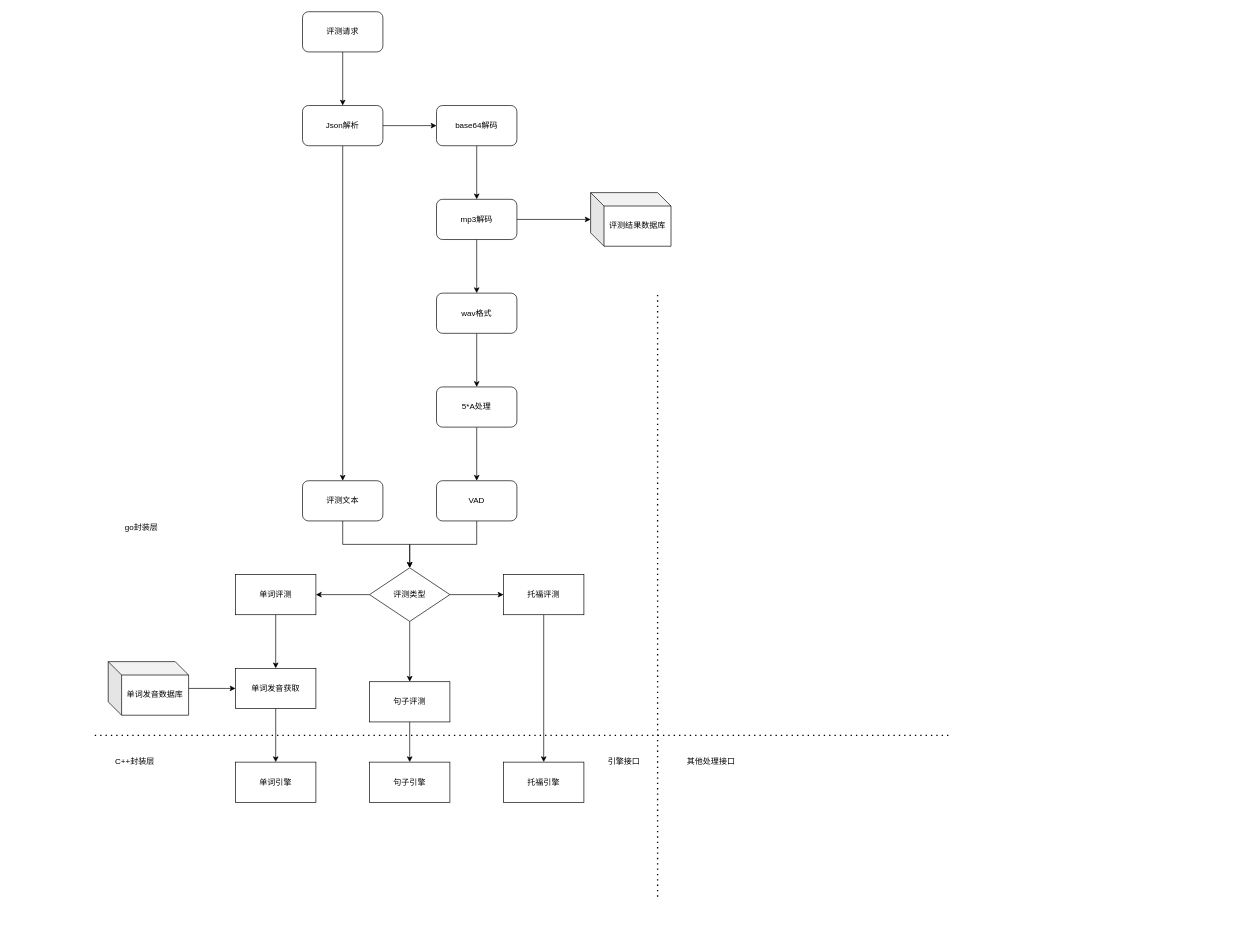
Earlier version of the draw.io diagram capt-services.drawio (alongwithyou/g2p). Source tidied: cells renumbered, new cells numbered last; positions are measured from the earlier drawing's top-left corner, leaving out a move shared by most shapes. Both pictures are drawn from the tidied source at 67%, with x=0, y=0 at pixel (94, 11).
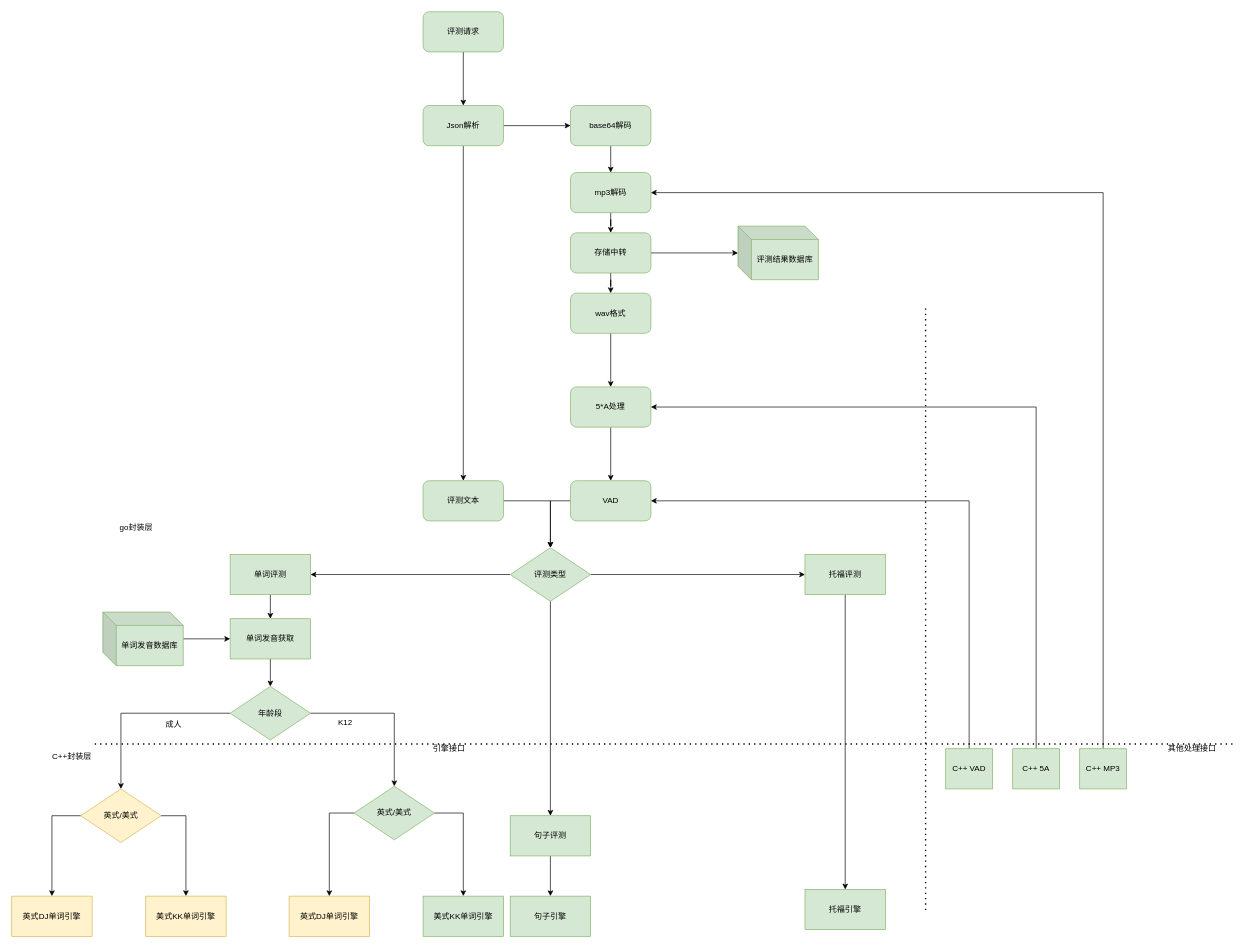
Above is the later version.

Change to the diagram source:
```diff
@@
-    <mxCell id="3" value="评测请求" style="rounded=1;whiteSpace=wrap;html=1;" parent="1" vertex="1">
-      <mxGeometry x="310" width="120" height="60" as="geometry" />
+    <mxCell id="3" value="评测请求" style="rounded=1;whiteSpace=wrap;html=1;fillColor=#d5e8d4;strokeColor=#82b366;" parent="1" vertex="1">
+      <mxGeometry x="490" width="120" height="60" as="geometry" />
     </mxCell>
@@
-    <mxCell id="6" value="Json解析" style="whiteSpace=wrap;html=1;rounded=1;" parent="1" vertex="1">
-      <mxGeometry x="310" y="140" width="120" height="60" as="geometry" />
+    <mxCell id="6" value="Json解析" style="whiteSpace=wrap;html=1;rounded=1;fillColor=#d5e8d4;strokeColor=#82b366;" parent="1" vertex="1">
+      <mxGeometry x="490" y="140" width="120" height="60" as="geometry" />
     </mxCell>
@@
-    <mxCell id="8" value="base64解码" style="rounded=1;whiteSpace=wrap;html=1;" parent="1" vertex="1">
-      <mxGeometry x="510" y="140" width="120" height="60" as="geometry" />
+    <mxCell id="8" value="base64解码" style="rounded=1;whiteSpace=wrap;html=1;fillColor=#d5e8d4;strokeColor=#82b366;" parent="1" vertex="1">
+      <mxGeometry x="710" y="140" width="120" height="60" as="geometry" />
     </mxCell>
-    <mxCell id="9" style="edgeStyle=orthogonalEdgeStyle;rounded=0;jettySize=auto;html=1;" parent="1" edge="1" source="11" target="12">
-      <mxGeometry relative="1" as="geometry" />
-    </mxCell>
-    <mxCell id="10" style="edgeStyle=orthogonalEdgeStyle;rounded=0;jettySize=auto;html=1;" parent="1" edge="1" source="11" target="15">
-      <mxGeometry relative="1" as="geometry" />
-    </mxCell>
+    <mxCell id="44" style="edgeStyle=orthogonalEdgeStyle;rounded=0;jettySize=auto;html=1;entryX=0.5;entryY=0;entryDx=0;entryDy=0;" parent="1" edge="1" source="11" target="53">
+      <mxGeometry relative="1" as="geometry" />
+    </mxCell>
-    <mxCell id="11" value="mp3解码" style="whiteSpace=wrap;html=1;rounded=1;" parent="1" vertex="1">
-      <mxGeometry x="510" y="280" width="120" height="60" as="geometry" />
+    <mxCell id="11" value="mp3解码" style="whiteSpace=wrap;html=1;rounded=1;fillColor=#d5e8d4;strokeColor=#82b366;" parent="1" vertex="1">
+      <mxGeometry x="710" y="240" width="120" height="60" as="geometry" />
     </mxCell>
-    <mxCell id="12" value="评测结果数据库" style="shape=cube;whiteSpace=wrap;html=1;boundedLbl=1;backgroundOutline=1;darkOpacity=0.05;darkOpacity2=0.1;" parent="1" vertex="1">
-      <mxGeometry x="740" y="270" width="120" height="80" as="geometry" />
+    <mxCell id="12" value="评测结果数据库" style="shape=cube;whiteSpace=wrap;html=1;boundedLbl=1;backgroundOutline=1;darkOpacity=0.05;darkOpacity2=0.1;fillColor=#d5e8d4;strokeColor=#82b366;" parent="1" vertex="1">
+      <mxGeometry x="960" y="320" width="120" height="80" as="geometry" />
     </mxCell>
     <mxCell id="13" style="endArrow=none;dashed=1;html=1;dashPattern=1 3;strokeWidth=2;" parent="1" edge="1">
       <mxGeometry relative="1" as="geometry">
-        <mxPoint y="1080" as="sourcePoint" />
-        <mxPoint x="1280" y="1080" as="targetPoint" />
+        <mxPoint y="1093" as="sourcePoint" />
+        <mxPoint x="1700" y="1093" as="targetPoint" />
       </mxGeometry>
     </mxCell>
@@
-    <mxCell id="15" value="wav格式" style="whiteSpace=wrap;html=1;rounded=1;" parent="1" vertex="1">
-      <mxGeometry x="510" y="420" width="120" height="60" as="geometry" />
+    <mxCell id="15" value="wav格式" style="whiteSpace=wrap;html=1;rounded=1;fillColor=#d5e8d4;strokeColor=#82b366;" parent="1" vertex="1">
+      <mxGeometry x="710" y="420" width="120" height="60" as="geometry" />
     </mxCell>
@@
-    <mxCell id="17" value="5*A处理" style="whiteSpace=wrap;html=1;rounded=1;" parent="1" vertex="1">
-      <mxGeometry x="510" y="560" width="120" height="60" as="geometry" />
+    <mxCell id="17" value="5*A处理" style="whiteSpace=wrap;html=1;rounded=1;fillColor=#d5e8d4;strokeColor=#82b366;" parent="1" vertex="1">
+      <mxGeometry x="710" y="560" width="120" height="60" as="geometry" />
     </mxCell>
     <mxCell id="18" style="edgeStyle=orthogonalEdgeStyle;rounded=0;jettySize=auto;html=1;entryX=0.5;entryY=0;entryDx=0;entryDy=0;" parent="1" edge="1" source="19" target="25">
-      <mxGeometry relative="1" as="geometry" />
+      <mxGeometry relative="1" as="geometry">
+        <Array as="points">
+          <mxPoint x="680" y="730" />
+        </Array>
+      </mxGeometry>
     </mxCell>
-    <mxCell id="19" value="VAD" style="whiteSpace=wrap;html=1;rounded=1;" parent="1" vertex="1">
-      <mxGeometry x="510" y="700" width="120" height="60" as="geometry" />
+    <mxCell id="19" value="VAD" style="whiteSpace=wrap;html=1;rounded=1;fillColor=#d5e8d4;strokeColor=#82b366;" parent="1" vertex="1">
+      <mxGeometry x="710" y="700" width="120" height="60" as="geometry" />
     </mxCell>
@@
-    <mxCell id="21" value="评测文本" style="whiteSpace=wrap;html=1;rounded=1;" parent="1" vertex="1">
-      <mxGeometry x="310" y="700" width="120" height="60" as="geometry" />
+    <mxCell id="21" value="评测文本" style="whiteSpace=wrap;html=1;rounded=1;fillColor=#d5e8d4;strokeColor=#82b366;" parent="1" vertex="1">
+      <mxGeometry x="490" y="700" width="120" height="60" as="geometry" />
     </mxCell>
@@
-    <mxCell id="23" style="edgeStyle=orthogonalEdgeStyle;rounded=0;jettySize=auto;html=1;" parent="1" edge="1" source="25" target="29">
+    <mxCell id="23" style="edgeStyle=orthogonalEdgeStyle;rounded=0;jettySize=auto;html=1;exitX=0.5;exitY=1;exitDx=0;exitDy=0;" parent="1" edge="1" source="25" target="29">
       <mxGeometry relative="1" as="geometry" />
     </mxCell>
@@
-    <mxCell id="25" value="评测类型" style="rhombus;whiteSpace=wrap;html=1;" parent="1" vertex="1">
-      <mxGeometry x="410" y="830" width="120" height="80" as="geometry" />
+    <mxCell id="25" value="评测类型" style="rhombus;whiteSpace=wrap;html=1;fillColor=#d5e8d4;strokeColor=#82b366;" parent="1" vertex="1">
+      <mxGeometry x="620" y="800" width="120" height="80" as="geometry" />
     </mxCell>
-    <mxCell id="26" style="edgeStyle=orthogonalEdgeStyle;rounded=0;jettySize=auto;html=1;" parent="1" edge="1" source="27" target="33">
-      <mxGeometry relative="1" as="geometry" />
-    </mxCell>
+    <mxCell id="45" style="edgeStyle=orthogonalEdgeStyle;rounded=0;jettySize=auto;html=1;" parent="1" edge="1" source="27">
+      <mxGeometry relative="1" as="geometry">
+        <mxPoint x="262" y="906" as="targetPoint" />
+      </mxGeometry>
+    </mxCell>
-    <mxCell id="27" value="单词评测" style="whiteSpace=wrap;html=1;" parent="1" vertex="1">
-      <mxGeometry x="210" y="840" width="120" height="60" as="geometry" />
+    <mxCell id="27" value="单词评测" style="whiteSpace=wrap;html=1;fillColor=#d5e8d4;strokeColor=#82b366;" parent="1" vertex="1">
+      <mxGeometry x="202" y="810" width="120" height="60" as="geometry" />
     </mxCell>
@@
-    <mxCell id="29" value="句子评测" style="whiteSpace=wrap;html=1;" parent="1" vertex="1">
-      <mxGeometry x="410" y="1000" width="120" height="60" as="geometry" />
+    <mxCell id="29" value="句子评测" style="whiteSpace=wrap;html=1;fillColor=#d5e8d4;strokeColor=#82b366;" parent="1" vertex="1">
+      <mxGeometry x="620" y="1200" width="120" height="60" as="geometry" />
     </mxCell>
@@
-    <mxCell id="31" value="托福评测" style="whiteSpace=wrap;html=1;" parent="1" vertex="1">
-      <mxGeometry x="610" y="840" width="120" height="60" as="geometry" />
+    <mxCell id="31" value="托福评测" style="whiteSpace=wrap;html=1;fillColor=#d5e8d4;strokeColor=#82b366;" parent="1" vertex="1">
+      <mxGeometry x="1060" y="810" width="120" height="60" as="geometry" />
     </mxCell>
-    <mxCell id="32" style="edgeStyle=orthogonalEdgeStyle;rounded=0;jettySize=auto;html=1;" parent="1" edge="1" source="33" target="36">
-      <mxGeometry relative="1" as="geometry" />
-    </mxCell>
+    <mxCell id="46" style="edgeStyle=orthogonalEdgeStyle;rounded=0;jettySize=auto;html=1;" parent="1" edge="1" source="33" target="62">
+      <mxGeometry relative="1" as="geometry" />
+    </mxCell>
-    <mxCell id="33" value="单词发音获取" style="whiteSpace=wrap;html=1;" parent="1" vertex="1">
-      <mxGeometry x="210" y="980" width="120" height="60" as="geometry" />
+    <mxCell id="33" value="单词发音获取" style="whiteSpace=wrap;html=1;fillColor=#d5e8d4;strokeColor=#82b366;" parent="1" vertex="1">
+      <mxGeometry x="202" y="906" width="120" height="60" as="geometry" />
     </mxCell>
     <mxCell id="34" value="go封装层" style="text;html=1;strokeColor=none;fillColor=none;align=center;verticalAlign=middle;whiteSpace=wrap;rounded=0;" parent="1" vertex="1">
-      <mxGeometry x="10" y="760" width="120" height="20" as="geometry" />
+      <mxGeometry x="2" y="760" width="120" height="20" as="geometry" />
     </mxCell>
     <mxCell id="35" value="C++封装层" style="text;html=1;strokeColor=none;fillColor=none;align=center;verticalAlign=middle;whiteSpace=wrap;rounded=0;" parent="1" vertex="1">
-      <mxGeometry y="1110" width="120" height="20" as="geometry" />
+      <mxGeometry x="-94" y="1102" width="120" height="20" as="geometry" />
     </mxCell>
-    <mxCell id="36" value="单词引擎" style="whiteSpace=wrap;html=1;" parent="1" vertex="1">
-      <mxGeometry x="210" y="1120" width="120" height="60" as="geometry" />
+    <mxCell id="36" value="英式DJ单词引擎" style="whiteSpace=wrap;html=1;fillColor=#fff2cc;strokeColor=#d6b656;" parent="1" vertex="1">
+      <mxGeometry x="-124" y="1320" width="120" height="60" as="geometry" />
     </mxCell>
-    <mxCell id="37" value="句子引擎" style="whiteSpace=wrap;html=1;" parent="1" vertex="1">
-      <mxGeometry x="410" y="1120" width="120" height="60" as="geometry" />
+    <mxCell id="37" value="句子引擎" style="whiteSpace=wrap;html=1;fillColor=#d5e8d4;strokeColor=#82b366;" parent="1" vertex="1">
+      <mxGeometry x="620" y="1320" width="120" height="60" as="geometry" />
     </mxCell>
-    <mxCell id="38" value="托福引擎" style="whiteSpace=wrap;html=1;" parent="1" vertex="1">
-      <mxGeometry x="610" y="1120" width="120" height="60" as="geometry" />
+    <mxCell id="38" value="托福引擎" style="whiteSpace=wrap;html=1;fillColor=#d5e8d4;strokeColor=#82b366;" parent="1" vertex="1">
+      <mxGeometry x="1060" y="1310" width="120" height="60" as="geometry" />
     </mxCell>
@@
-    <mxCell id="40" value="单词发音数据库" style="shape=cube;whiteSpace=wrap;html=1;boundedLbl=1;backgroundOutline=1;darkOpacity=0.05;darkOpacity2=0.1;" parent="1" vertex="1">
-      <mxGeometry x="20" y="970" width="120" height="80" as="geometry" />
+    <mxCell id="40" value="单词发音数据库" style="shape=cube;whiteSpace=wrap;html=1;boundedLbl=1;backgroundOutline=1;darkOpacity=0.05;darkOpacity2=0.1;fillColor=#d5e8d4;strokeColor=#82b366;" parent="1" vertex="1">
+      <mxGeometry x="12" y="896" width="120" height="80" as="geometry" />
     </mxCell>
     <mxCell id="41" style="endArrow=none;dashed=1;html=1;dashPattern=1 3;strokeWidth=2;" parent="1" edge="1">
       <mxGeometry relative="1" as="geometry">
-        <mxPoint x="840" y="1320.8" as="sourcePoint" />
-        <mxPoint x="840" y="420" as="targetPoint" />
+        <mxPoint x="1240" y="1340.8" as="sourcePoint" />
+        <mxPoint x="1240" y="440" as="targetPoint" />
       </mxGeometry>
     </mxCell>
     <mxCell id="42" value="引擎接口" style="text;html=1;strokeColor=none;fillColor=none;align=center;verticalAlign=middle;whiteSpace=wrap;rounded=0;" parent="1" vertex="1">
-      <mxGeometry x="730" y="1110" width="120" height="20" as="geometry" />
+      <mxGeometry x="469" y="1090" width="120" height="20" as="geometry" />
     </mxCell>
     <mxCell id="43" value="其他处理接口" style="text;html=1;strokeColor=none;fillColor=none;align=center;verticalAlign=middle;whiteSpace=wrap;rounded=0;" parent="1" vertex="1">
-      <mxGeometry x="860" y="1110" width="120" height="20" as="geometry" />
+      <mxGeometry x="1578" y="1090" width="120" height="20" as="geometry" />
     </mxCell>
+    <mxCell id="47" style="edgeStyle=orthogonalEdgeStyle;rounded=0;jettySize=auto;html=1;entryX=0.5;entryY=0;entryDx=0;entryDy=0;exitX=0;exitY=0.5;exitDx=0;exitDy=0;" parent="1" edge="1" source="49" target="36">
+      <mxGeometry relative="1" as="geometry" />
+    </mxCell>
+    <mxCell id="48" style="edgeStyle=orthogonalEdgeStyle;rounded=0;jettySize=auto;html=1;exitX=1;exitY=0.5;exitDx=0;exitDy=0;" parent="1" edge="1" source="49" target="50">
+      <mxGeometry relative="1" as="geometry" />
+    </mxCell>
+    <mxCell id="49" value="英式/美式" style="rhombus;whiteSpace=wrap;html=1;fillColor=#fff2cc;strokeColor=#d6b656;" parent="1" vertex="1">
+      <mxGeometry x="-21" y="1160" width="120" height="80" as="geometry" />
+    </mxCell>
+    <mxCell id="50" value="美式KK单词引擎" style="whiteSpace=wrap;html=1;fillColor=#fff2cc;strokeColor=#d6b656;" parent="1" vertex="1">
+      <mxGeometry x="76" y="1320" width="120" height="60" as="geometry" />
+    </mxCell>
+    <mxCell id="51" style="edgeStyle=orthogonalEdgeStyle;rounded=0;jettySize=auto;html=1;entryX=0.5;entryY=0;entryDx=0;entryDy=0;" parent="1" edge="1" source="53" target="15">
+      <mxGeometry relative="1" as="geometry" />
+    </mxCell>
+    <mxCell id="52" style="edgeStyle=orthogonalEdgeStyle;rounded=0;jettySize=auto;html=1;" parent="1" edge="1" source="53" target="12">
+      <mxGeometry relative="1" as="geometry" />
+    </mxCell>
+    <mxCell id="53" value="存储中转" style="whiteSpace=wrap;html=1;rounded=1;fillColor=#d5e8d4;strokeColor=#82b366;" parent="1" vertex="1">
+      <mxGeometry x="710" y="330" width="120" height="60" as="geometry" />
+    </mxCell>
+    <mxCell id="54" style="edgeStyle=orthogonalEdgeStyle;rounded=0;jettySize=auto;html=1;entryX=1;entryY=0.5;entryDx=0;entryDy=0;" parent="1" edge="1" source="55" target="11">
+      <mxGeometry relative="1" as="geometry">
+        <Array as="points">
+          <mxPoint x="1505" y="270" />
+        </Array>
+      </mxGeometry>
+    </mxCell>
+    <mxCell id="55" value="C++ MP3" style="whiteSpace=wrap;html=1;fillColor=#d5e8d4;strokeColor=#82b366;" parent="1" vertex="1">
+      <mxGeometry x="1470" y="1100" width="70" height="60" as="geometry" />
+    </mxCell>
+    <mxCell id="56" style="edgeStyle=orthogonalEdgeStyle;rounded=0;jettySize=auto;html=1;entryX=1;entryY=0.5;entryDx=0;entryDy=0;" parent="1" edge="1" source="57" target="19">
+      <mxGeometry relative="1" as="geometry">
+        <Array as="points">
+          <mxPoint x="1305" y="730" />
+        </Array>
+      </mxGeometry>
+    </mxCell>
+    <mxCell id="57" value="C++ VAD" style="whiteSpace=wrap;html=1;fillColor=#d5e8d4;strokeColor=#82b366;" parent="1" vertex="1">
+      <mxGeometry x="1270" y="1100" width="70" height="60" as="geometry" />
+    </mxCell>
+    <mxCell id="58" style="edgeStyle=orthogonalEdgeStyle;rounded=0;jettySize=auto;html=1;entryX=1;entryY=0.5;entryDx=0;entryDy=0;" parent="1" edge="1" source="59" target="17">
+      <mxGeometry relative="1" as="geometry">
+        <Array as="points">
+          <mxPoint x="1405" y="590" />
+        </Array>
+      </mxGeometry>
+    </mxCell>
+    <mxCell id="59" value="C++ 5A" style="whiteSpace=wrap;html=1;fillColor=#d5e8d4;strokeColor=#82b366;" parent="1" vertex="1">
+      <mxGeometry x="1370" y="1100" width="70" height="60" as="geometry" />
+    </mxCell>
+    <mxCell id="60" style="edgeStyle=orthogonalEdgeStyle;rounded=0;jettySize=auto;html=1;entryX=0.5;entryY=0;entryDx=0;entryDy=0;" parent="1" edge="1" source="62" target="66">
+      <mxGeometry relative="1" as="geometry" />
+    </mxCell>
+    <mxCell id="61" style="edgeStyle=orthogonalEdgeStyle;rounded=0;jettySize=auto;html=1;" parent="1" edge="1" source="62" target="49">
+      <mxGeometry relative="1" as="geometry" />
+    </mxCell>
+    <mxCell id="62" value="年龄段" style="rhombus;whiteSpace=wrap;html=1;fillColor=#d5e8d4;strokeColor=#82b366;" parent="1" vertex="1">
+      <mxGeometry x="202" y="1007" width="120" height="80" as="geometry" />
+    </mxCell>
+    <mxCell id="63" value="英式DJ单词引擎" style="whiteSpace=wrap;html=1;fillColor=#fff2cc;strokeColor=#d6b656;" parent="1" vertex="1">
+      <mxGeometry x="290" y="1320" width="120" height="60" as="geometry" />
+    </mxCell>
+    <mxCell id="64" style="edgeStyle=orthogonalEdgeStyle;rounded=0;jettySize=auto;html=1;entryX=0.5;entryY=0;entryDx=0;entryDy=0;exitX=0;exitY=0.5;exitDx=0;exitDy=0;" parent="1" edge="1" source="66" target="63">
+      <mxGeometry relative="1" as="geometry" />
+    </mxCell>
+    <mxCell id="65" style="edgeStyle=orthogonalEdgeStyle;rounded=0;jettySize=auto;html=1;exitX=1;exitY=0.5;exitDx=0;exitDy=0;" parent="1" edge="1" source="66" target="67">
+      <mxGeometry relative="1" as="geometry" />
+    </mxCell>
+    <mxCell id="66" value="英式/美式" style="rhombus;whiteSpace=wrap;html=1;fillColor=#d5e8d4;strokeColor=#82b366;" parent="1" vertex="1">
+      <mxGeometry x="387" y="1156" width="120" height="80" as="geometry" />
+    </mxCell>
+    <mxCell id="67" value="美式KK单词引擎" style="whiteSpace=wrap;html=1;fillColor=#d5e8d4;strokeColor=#82b366;" parent="1" vertex="1">
+      <mxGeometry x="490" y="1320" width="120" height="60" as="geometry" />
+    </mxCell>
+    <mxCell id="68" value="成人" style="text;html=1;strokeColor=none;fillColor=none;align=center;verticalAlign=middle;whiteSpace=wrap;rounded=0;" parent="1" vertex="1">
+      <mxGeometry x="58" y="1054" width="120" height="20" as="geometry" />
+    </mxCell>
+    <mxCell id="69" value="K12" style="text;html=1;strokeColor=none;fillColor=none;align=center;verticalAlign=middle;whiteSpace=wrap;rounded=0;" parent="1" vertex="1">
+      <mxGeometry x="314" y="1051" width="120" height="20" as="geometry" />
+    </mxCell>
```
